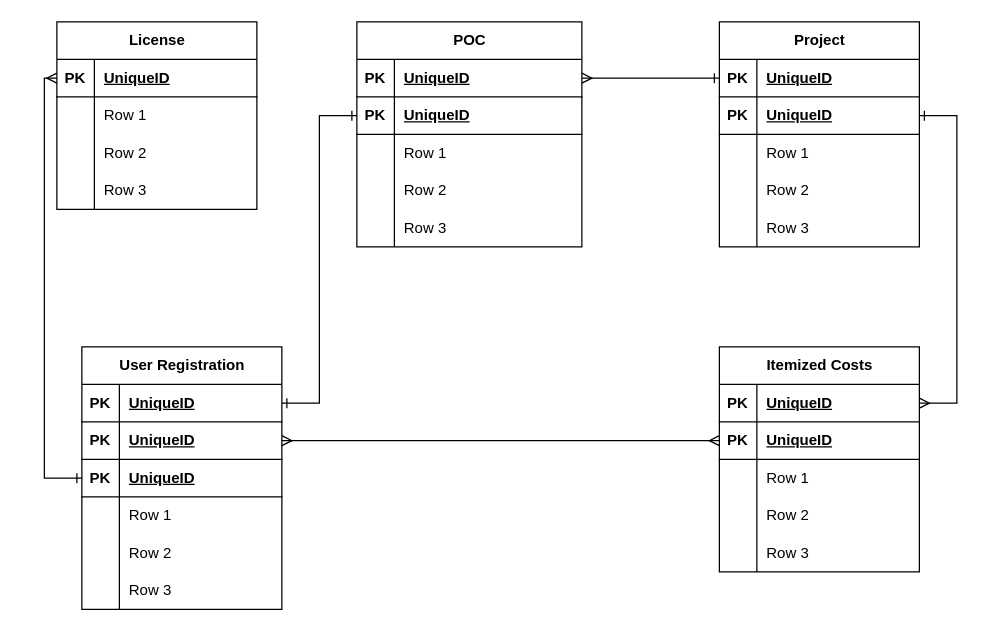
Above: page "Option-2" (3 of 4) of erd-projint-01.drawio in josjreyes/GitInit (draw.io), before the change. Source tidied: cells renumbered, new cells numbered last; positions are measured from the earlier drawing's top-left corner, leaving out a move shared by most shapes. Both pictures are drawn from the tidied source at 125%, with x=0, y=0 at pixel (-19, 21).
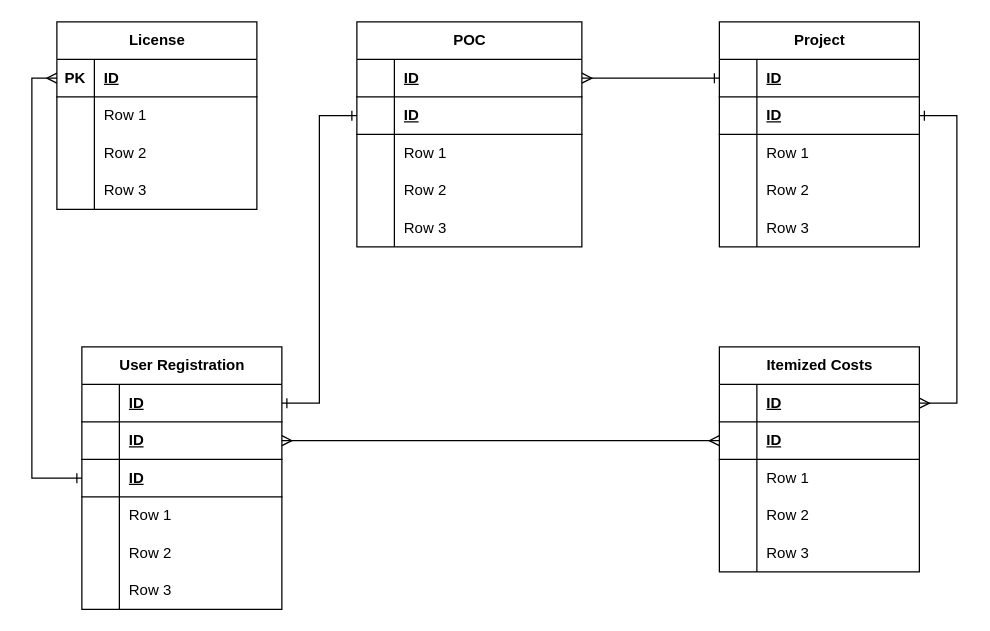
The same diagram, later.

The change refers to these unchanged cells:
```xml
<mxCell id="3" style="shape=tableRow;horizontal=0;startSize=0;swimlaneHead=0;swimlaneBody=0;fillColor=none;points=[[0,0.5],[1,0.5]];portConstraint=eastwest;top=0;left=0;right=0;bottom=1;" parent="2" vertex="1">
  <mxGeometry y="30" width="160" height="30" as="geometry" />
</mxCell>
<mxCell id="6" style="shape=tableRow;horizontal=0;startSize=0;swimlaneHead=0;swimlaneBody=0;fillColor=none;points=[[0,0.5],[1,0.5]];portConstraint=eastwest;top=0;left=0;right=0;bottom=1;" parent="2" vertex="1">
  <mxGeometry y="60" width="160" height="30" as="geometry" />
</mxCell>
<mxCell id="20" style="shape=tableRow;horizontal=0;startSize=0;swimlaneHead=0;swimlaneBody=0;fillColor=none;points=[[0,0.5],[1,0.5]];portConstraint=eastwest;top=0;left=0;right=0;bottom=1;" parent="19" vertex="1">
  <mxGeometry y="30" width="160" height="30" as="geometry" />
</mxCell>
<mxCell id="33" style="shape=tableRow;horizontal=0;startSize=0;swimlaneHead=0;swimlaneBody=0;fillColor=none;points=[[0,0.5],[1,0.5]];portConstraint=eastwest;top=0;left=0;right=0;bottom=1;" parent="32" vertex="1">
  <mxGeometry y="30" width="160" height="30" as="geometry" />
</mxCell>
<mxCell id="36" style="shape=tableRow;horizontal=0;startSize=0;swimlaneHead=0;swimlaneBody=0;fillColor=none;points=[[0,0.5],[1,0.5]];portConstraint=eastwest;top=0;left=0;right=0;bottom=1;" parent="32" vertex="1">
  <mxGeometry y="60" width="160" height="30" as="geometry" />
</mxCell>
<mxCell id="49" style="shape=tableRow;horizontal=0;startSize=0;swimlaneHead=0;swimlaneBody=0;fillColor=none;points=[[0,0.5],[1,0.5]];portConstraint=eastwest;top=0;left=0;right=0;bottom=1;" parent="48" vertex="1">
  <mxGeometry y="30" width="180" height="30" as="geometry" />
</mxCell>
<mxCell id="52" style="shape=tableRow;horizontal=0;startSize=0;swimlaneHead=0;swimlaneBody=0;fillColor=none;points=[[0,0.5],[1,0.5]];portConstraint=eastwest;top=0;left=0;right=0;bottom=1;" parent="48" vertex="1">
  <mxGeometry y="60" width="180" height="30" as="geometry" />
</mxCell>
<mxCell id="67" style="shape=tableRow;horizontal=0;startSize=0;swimlaneHead=0;swimlaneBody=0;fillColor=none;points=[[0,0.5],[1,0.5]];portConstraint=eastwest;top=0;left=0;right=0;bottom=1;" parent="66" vertex="1">
  <mxGeometry y="30" width="160" height="30" as="geometry" />
</mxCell>
<mxCell id="70" style="shape=tableRow;horizontal=0;startSize=0;swimlaneHead=0;swimlaneBody=0;fillColor=none;points=[[0,0.5],[1,0.5]];portConstraint=eastwest;top=0;left=0;right=0;bottom=1;" parent="66" vertex="1">
  <mxGeometry y="60" width="160" height="30" as="geometry" />
</mxCell>
<mxCell id="73" style="shape=tableRow;horizontal=0;startSize=0;swimlaneHead=0;swimlaneBody=0;fillColor=none;points=[[0,0.5],[1,0.5]];portConstraint=eastwest;top=0;left=0;right=0;bottom=1;" parent="66" vertex="1">
  <mxGeometry y="90" width="160" height="30" as="geometry" />
</mxCell>
```

Change to the diagram source:
```diff
@@
-    <mxCell id="4" value="PK" style="shape=partialRectangle;fillColor=none;top=0;left=0;bottom=0;right=0;fontStyle=1;overflow=hidden;whiteSpace=wrap;html=1;" parent="3" vertex="1">
+    <mxCell id="4" style="shape=partialRectangle;fillColor=none;top=0;left=0;bottom=0;right=0;fontStyle=1;overflow=hidden;whiteSpace=wrap;html=1;" parent="3" vertex="1">
       <mxGeometry width="30" height="30" as="geometry" />
     </mxCell>
-    <mxCell id="5" value="UniqueID" style="shape=partialRectangle;fillColor=none;top=0;left=0;bottom=0;right=0;align=left;spacingLeft=6;fontStyle=5;overflow=hidden;whiteSpace=wrap;html=1;" parent="3" vertex="1">
+    <mxCell id="5" value="ID" style="shape=partialRectangle;fillColor=none;top=0;left=0;bottom=0;right=0;align=left;spacingLeft=6;fontStyle=5;overflow=hidden;whiteSpace=wrap;html=1;" parent="3" vertex="1">
       <mxGeometry x="30" width="130" height="30" as="geometry" />
     </mxCell>
@@
-    <mxCell id="7" value="PK" style="shape=partialRectangle;fillColor=none;top=0;left=0;bottom=0;right=0;fontStyle=1;overflow=hidden;whiteSpace=wrap;html=1;" parent="6" vertex="1">
+    <mxCell id="7" style="shape=partialRectangle;fillColor=none;top=0;left=0;bottom=0;right=0;fontStyle=1;overflow=hidden;whiteSpace=wrap;html=1;" parent="6" vertex="1">
       <mxGeometry width="30" height="30" as="geometry" />
     </mxCell>
-    <mxCell id="8" value="UniqueID" style="shape=partialRectangle;fillColor=none;top=0;left=0;bottom=0;right=0;align=left;spacingLeft=6;fontStyle=5;overflow=hidden;whiteSpace=wrap;html=1;" parent="6" vertex="1">
+    <mxCell id="8" value="ID" style="shape=partialRectangle;fillColor=none;top=0;left=0;bottom=0;right=0;align=left;spacingLeft=6;fontStyle=5;overflow=hidden;whiteSpace=wrap;html=1;" parent="6" vertex="1">
       <mxGeometry x="30" width="130" height="30" as="geometry" />
     </mxCell>
@@
-    <mxCell id="22" value="UniqueID" style="shape=partialRectangle;fillColor=none;top=0;left=0;bottom=0;right=0;align=left;spacingLeft=6;fontStyle=5;overflow=hidden;whiteSpace=wrap;html=1;" parent="20" vertex="1">
+    <mxCell id="22" value="ID" style="shape=partialRectangle;fillColor=none;top=0;left=0;bottom=0;right=0;align=left;spacingLeft=6;fontStyle=5;overflow=hidden;whiteSpace=wrap;html=1;" parent="20" vertex="1">
       <mxGeometry x="30" width="130" height="30" as="geometry" />
     </mxCell>
@@
-    <mxCell id="34" value="PK" style="shape=partialRectangle;fillColor=none;top=0;left=0;bottom=0;right=0;fontStyle=1;overflow=hidden;whiteSpace=wrap;html=1;" parent="33" vertex="1">
+    <mxCell id="34" style="shape=partialRectangle;fillColor=none;top=0;left=0;bottom=0;right=0;fontStyle=1;overflow=hidden;whiteSpace=wrap;html=1;" parent="33" vertex="1">
       <mxGeometry width="30" height="30" as="geometry" />
     </mxCell>
-    <mxCell id="35" value="UniqueID" style="shape=partialRectangle;fillColor=none;top=0;left=0;bottom=0;right=0;align=left;spacingLeft=6;fontStyle=5;overflow=hidden;whiteSpace=wrap;html=1;" parent="33" vertex="1">
+    <mxCell id="35" value="ID" style="shape=partialRectangle;fillColor=none;top=0;left=0;bottom=0;right=0;align=left;spacingLeft=6;fontStyle=5;overflow=hidden;whiteSpace=wrap;html=1;" parent="33" vertex="1">
       <mxGeometry x="30" width="130" height="30" as="geometry" />
     </mxCell>
@@
-    <mxCell id="37" value="PK" style="shape=partialRectangle;fillColor=none;top=0;left=0;bottom=0;right=0;fontStyle=1;overflow=hidden;whiteSpace=wrap;html=1;" parent="36" vertex="1">
+    <mxCell id="37" style="shape=partialRectangle;fillColor=none;top=0;left=0;bottom=0;right=0;fontStyle=1;overflow=hidden;whiteSpace=wrap;html=1;" parent="36" vertex="1">
       <mxGeometry width="30" height="30" as="geometry" />
     </mxCell>
-    <mxCell id="38" value="UniqueID" style="shape=partialRectangle;fillColor=none;top=0;left=0;bottom=0;right=0;align=left;spacingLeft=6;fontStyle=5;overflow=hidden;whiteSpace=wrap;html=1;" parent="36" vertex="1">
+    <mxCell id="38" value="ID" style="shape=partialRectangle;fillColor=none;top=0;left=0;bottom=0;right=0;align=left;spacingLeft=6;fontStyle=5;overflow=hidden;whiteSpace=wrap;html=1;" parent="36" vertex="1">
       <mxGeometry x="30" width="130" height="30" as="geometry" />
     </mxCell>
@@
-    <mxCell id="50" value="PK" style="shape=partialRectangle;fillColor=none;top=0;left=0;bottom=0;right=0;fontStyle=1;overflow=hidden;whiteSpace=wrap;html=1;" parent="49" vertex="1">
+    <mxCell id="50" style="shape=partialRectangle;fillColor=none;top=0;left=0;bottom=0;right=0;fontStyle=1;overflow=hidden;whiteSpace=wrap;html=1;" parent="49" vertex="1">
       <mxGeometry width="30" height="30" as="geometry" />
     </mxCell>
-    <mxCell id="51" value="UniqueID" style="shape=partialRectangle;fillColor=none;top=0;left=0;bottom=0;right=0;align=left;spacingLeft=6;fontStyle=5;overflow=hidden;whiteSpace=wrap;html=1;" parent="49" vertex="1">
+    <mxCell id="51" value="ID" style="shape=partialRectangle;fillColor=none;top=0;left=0;bottom=0;right=0;align=left;spacingLeft=6;fontStyle=5;overflow=hidden;whiteSpace=wrap;html=1;" parent="49" vertex="1">
       <mxGeometry x="30" width="150" height="30" as="geometry" />
     </mxCell>
@@
-    <mxCell id="53" value="PK" style="shape=partialRectangle;fillColor=none;top=0;left=0;bottom=0;right=0;fontStyle=1;overflow=hidden;whiteSpace=wrap;html=1;" parent="52" vertex="1">
+    <mxCell id="53" style="shape=partialRectangle;fillColor=none;top=0;left=0;bottom=0;right=0;fontStyle=1;overflow=hidden;whiteSpace=wrap;html=1;" parent="52" vertex="1">
       <mxGeometry width="30" height="30" as="geometry" />
     </mxCell>
-    <mxCell id="54" value="UniqueID" style="shape=partialRectangle;fillColor=none;top=0;left=0;bottom=0;right=0;align=left;spacingLeft=6;fontStyle=5;overflow=hidden;whiteSpace=wrap;html=1;" parent="52" vertex="1">
+    <mxCell id="54" value="ID" style="shape=partialRectangle;fillColor=none;top=0;left=0;bottom=0;right=0;align=left;spacingLeft=6;fontStyle=5;overflow=hidden;whiteSpace=wrap;html=1;" parent="52" vertex="1">
       <mxGeometry x="30" width="150" height="30" as="geometry" />
     </mxCell>
@@
-    <mxCell id="68" value="PK" style="shape=partialRectangle;fillColor=none;top=0;left=0;bottom=0;right=0;fontStyle=1;overflow=hidden;whiteSpace=wrap;html=1;" parent="67" vertex="1">
+    <mxCell id="68" style="shape=partialRectangle;fillColor=none;top=0;left=0;bottom=0;right=0;fontStyle=1;overflow=hidden;whiteSpace=wrap;html=1;" parent="67" vertex="1">
       <mxGeometry width="30" height="30" as="geometry" />
     </mxCell>
-    <mxCell id="69" value="UniqueID" style="shape=partialRectangle;fillColor=none;top=0;left=0;bottom=0;right=0;align=left;spacingLeft=6;fontStyle=5;overflow=hidden;whiteSpace=wrap;html=1;" parent="67" vertex="1">
+    <mxCell id="69" value="ID" style="shape=partialRectangle;fillColor=none;top=0;left=0;bottom=0;right=0;align=left;spacingLeft=6;fontStyle=5;overflow=hidden;whiteSpace=wrap;html=1;" parent="67" vertex="1">
       <mxGeometry x="30" width="130" height="30" as="geometry" />
     </mxCell>
@@
-    <mxCell id="71" value="PK" style="shape=partialRectangle;fillColor=none;top=0;left=0;bottom=0;right=0;fontStyle=1;overflow=hidden;whiteSpace=wrap;html=1;" parent="70" vertex="1">
+    <mxCell id="71" style="shape=partialRectangle;fillColor=none;top=0;left=0;bottom=0;right=0;fontStyle=1;overflow=hidden;whiteSpace=wrap;html=1;" parent="70" vertex="1">
       <mxGeometry width="30" height="30" as="geometry" />
     </mxCell>
-    <mxCell id="72" value="UniqueID" style="shape=partialRectangle;fillColor=none;top=0;left=0;bottom=0;right=0;align=left;spacingLeft=6;fontStyle=5;overflow=hidden;whiteSpace=wrap;html=1;" parent="70" vertex="1">
+    <mxCell id="72" value="ID" style="shape=partialRectangle;fillColor=none;top=0;left=0;bottom=0;right=0;align=left;spacingLeft=6;fontStyle=5;overflow=hidden;whiteSpace=wrap;html=1;" parent="70" vertex="1">
       <mxGeometry x="30" width="130" height="30" as="geometry" />
     </mxCell>
@@
-    <mxCell id="74" value="PK" style="shape=partialRectangle;fillColor=none;top=0;left=0;bottom=0;right=0;fontStyle=1;overflow=hidden;whiteSpace=wrap;html=1;" parent="73" vertex="1">
+    <mxCell id="74" style="shape=partialRectangle;fillColor=none;top=0;left=0;bottom=0;right=0;fontStyle=1;overflow=hidden;whiteSpace=wrap;html=1;" parent="73" vertex="1">
       <mxGeometry width="30" height="30" as="geometry" />
     </mxCell>
-    <mxCell id="75" value="UniqueID" style="shape=partialRectangle;fillColor=none;top=0;left=0;bottom=0;right=0;align=left;spacingLeft=6;fontStyle=5;overflow=hidden;whiteSpace=wrap;html=1;" parent="73" vertex="1">
+    <mxCell id="75" value="ID" style="shape=partialRectangle;fillColor=none;top=0;left=0;bottom=0;right=0;align=left;spacingLeft=6;fontStyle=5;overflow=hidden;whiteSpace=wrap;html=1;" parent="73" vertex="1">
       <mxGeometry x="30" width="130" height="30" as="geometry" />
     </mxCell>
@@
     <mxCell id="86" style="edgeStyle=orthogonalEdgeStyle;fontSize=12;html=1;endArrow=ERmany;rounded=0;entryX=0;entryY=0.5;entryDx=0;entryDy=0;exitX=0;exitY=0.5;exitDx=0;exitDy=0;startArrow=ERone;startFill=0;" parent="1" edge="1" source="73" target="20">
-      <mxGeometry relative="1" as="geometry" />
+      <mxGeometry relative="1" as="geometry">
+        <Array as="points">
+          <mxPoint x="40" y="365" />
+          <mxPoint x="40" y="45" />
+        </Array>
+      </mxGeometry>
     </mxCell>
```
